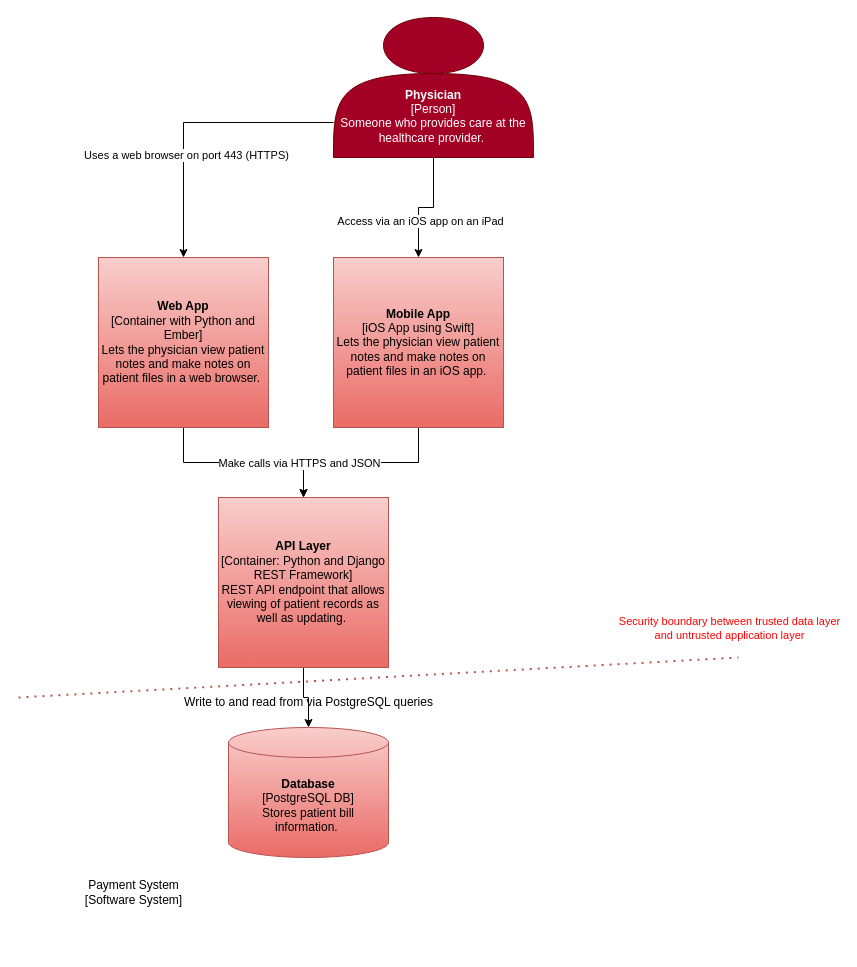
Above: page "Container-Diagram-PhysicianPortal" (3 of 3) of 8470-EHR-Lab.drawio in mestabrookuno/8470-assignments (draw.io), before the change. Source tidied: cells renumbered, new cells numbered last; positions are measured from the earlier drawing's top-left corner, leaving out a move shared by most shapes. Both pictures are drawn from the tidied source at 100%, with x=0, y=0 at pixel (18, 17).
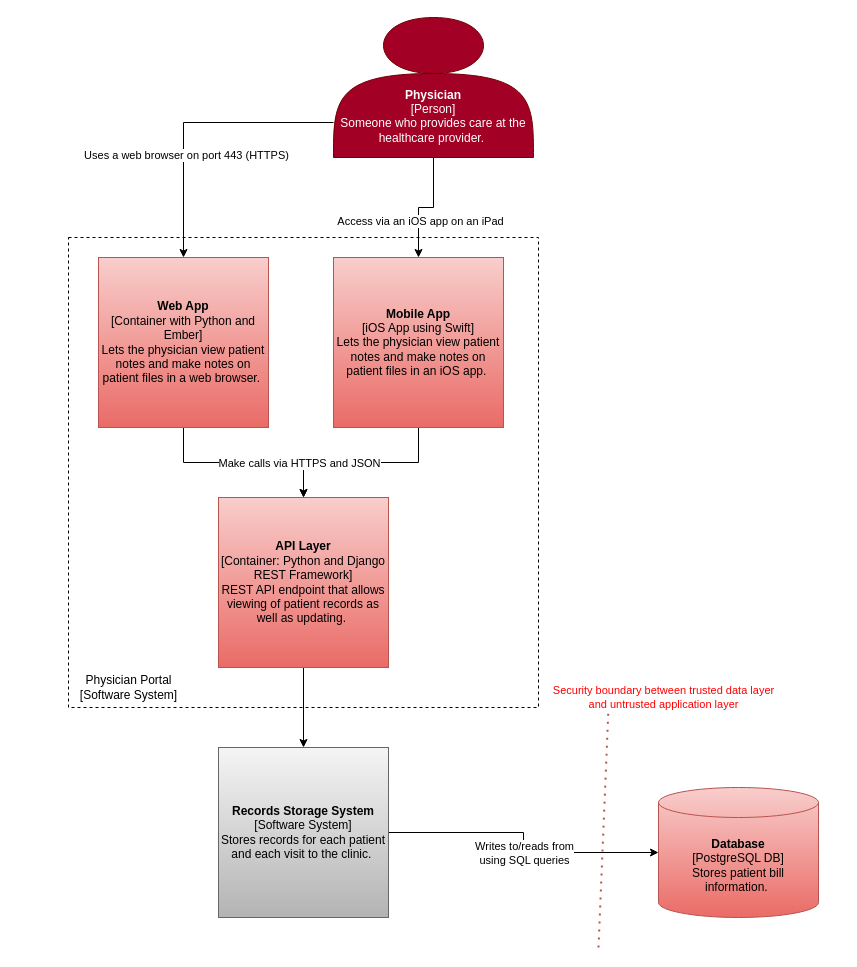
The same page after the edit.

Commit message (it also covers changes not shown here):
Added container diagram for physician portal.

Unchanged cells that the change refers to:
```xml
<mxCell id="13" value="&lt;div style=&quot;&quot;&gt;&lt;b&gt;API Layer&lt;/b&gt;&lt;/div&gt;[Container: Python and Django REST Framework]&lt;br&gt;REST API endpoint that allows viewing of patient records as well as updating.&amp;nbsp;" style="whiteSpace=wrap;html=1;fillColor=#f8cecc;strokeColor=#b85450;fillStyle=solid;gradientColor=#ea6b66;" parent="1" vertex="1">
  <mxGeometry x="200" y="480" width="170" height="170" as="geometry" />
</mxCell>
```

Diff of the diagram source:
```diff
@@
-    <mxCell id="12" style="edgeStyle=orthogonalEdgeStyle;rounded=0;jettySize=auto;html=1;exitX=0.5;exitY=1;exitDx=0;exitDy=0;entryX=0.5;entryY=0;entryDx=0;entryDy=0;entryPerimeter=0;strokeWidth=1;fontColor=#000000;startArrow=none;startFill=0;" parent="1" edge="1" source="13" target="14">
+    <mxCell id="12" style="edgeStyle=orthogonalEdgeStyle;rounded=0;jettySize=auto;html=1;exitX=0.5;exitY=1;exitDx=0;exitDy=0;entryX=0.5;entryY=0;entryDx=0;entryDy=0;strokeWidth=1;fontColor=#000000;startArrow=none;startFill=0;" parent="1" edge="1" source="13" target="21">
       <mxGeometry relative="1" as="geometry" />
     </mxCell>
@@
-    <mxCell id="14" value="&lt;b&gt;Database&lt;/b&gt;&lt;br&gt;[PostgreSQL DB]&lt;br&gt;Stores patient bill information.&amp;nbsp;" style="shape=cylinder3;whiteSpace=wrap;html=1;boundedLbl=1;backgroundOutline=1;size=15;fillColor=#f8cecc;strokeColor=#b85450;gradientColor=#ea6b66;" parent="1" vertex="1">
-      <mxGeometry x="210" y="710" width="160" height="130" as="geometry" />
-    </mxCell>
-    <mxCell id="15" value="Write to and read from via PostgreSQL queries" style="text;html=1;align=center;verticalAlign=middle;strokeColor=none;fillColor=none;fontColor=#000000;" parent="1" vertex="1">
-      <mxGeometry x="155" y="670" width="270" height="30" as="geometry" />
-    </mxCell>
-    <mxCell id="16" value="Payment System&lt;br&gt;[Software System]" style="text;html=1;align=center;verticalAlign=middle;strokeColor=none;fillColor=none;fontColor=#000000;" parent="1" vertex="1">
-      <mxGeometry x="55" y="855" width="120" height="40" as="geometry" />
-    </mxCell>
     <mxCell id="17" style="endArrow=none;dashed=1;html=1;dashPattern=1 3;strokeWidth=2;rounded=0;fontColor=#000000;fillColor=#f8cecc;gradientColor=#ea6b66;strokeColor=#b85450;" parent="1" edge="1">
       <mxGeometry relative="1" as="geometry">
-        <mxPoint y="680" as="sourcePoint" />
-        <mxPoint x="720" y="640" as="targetPoint" />
+        <mxPoint x="580" y="930" as="sourcePoint" />
+        <mxPoint x="590" y="690" as="targetPoint" />
       </mxGeometry>
     </mxCell>
@@
+    <mxCell id="14" value="&lt;b&gt;Database&lt;/b&gt;&lt;br&gt;[PostgreSQL DB]&lt;br&gt;Stores patient bill information.&amp;nbsp;" style="shape=cylinder3;whiteSpace=wrap;html=1;boundedLbl=1;backgroundOutline=1;size=15;fillColor=#f8cecc;strokeColor=#b85450;gradientColor=#ea6b66;" parent="1" vertex="1">
+      <mxGeometry x="640" y="770" width="160" height="130" as="geometry" />
+    </mxCell>
+    <mxCell id="19" style="edgeStyle=orthogonalEdgeStyle;rounded=0;jettySize=auto;html=1;exitX=1;exitY=0.5;exitDx=0;exitDy=0;entryX=0;entryY=0.5;entryDx=0;entryDy=0;entryPerimeter=0;strokeWidth=1;fontColor=#FF0000;startArrow=none;startFill=0;" parent="1" edge="1" source="21" target="14">
+      <mxGeometry relative="1" as="geometry" />
+    </mxCell>
+    <mxCell id="20" value="&lt;font color=&quot;#000000&quot;&gt;Writes to/reads from &lt;br&gt;using SQL queries&lt;/font&gt;" style="edgeLabel;html=1;align=center;verticalAlign=middle;fontColor=#FF0000;" parent="19" vertex="1">
+      <mxGeometry x="0.29" y="1" relative="1" as="geometry">
+        <mxPoint x="-32" y="1" as="offset" />
+      </mxGeometry>
+    </mxCell>
+    <mxCell id="21" value="&lt;div style=&quot;&quot;&gt;&lt;b&gt;Records Storage System&lt;/b&gt;&lt;/div&gt;[Software System]&lt;br&gt;Stores records for each patient and each visit to the clinic.&amp;nbsp;" style="whiteSpace=wrap;html=1;fillColor=#f5f5f5;fillStyle=solid;strokeColor=#666666;gradientColor=#b3b3b3;" parent="1" vertex="1">
+      <mxGeometry x="200" y="730" width="170" height="170" as="geometry" />
+    </mxCell>
+    <mxCell id="22" style="rounded=0;whiteSpace=wrap;html=1;dashed=1;fontColor=#000000;fillColor=none;" parent="1" vertex="1">
+      <mxGeometry x="50" y="220" width="470" height="470" as="geometry" />
+    </mxCell>
+    <mxCell id="23" value="Physician Portal&lt;br&gt;[Software System]" style="text;html=1;align=center;verticalAlign=middle;strokeColor=none;fillColor=none;fontColor=#000000;" parent="1" vertex="1">
+      <mxGeometry x="50" y="650" width="120" height="40" as="geometry" />
+    </mxCell>
```
